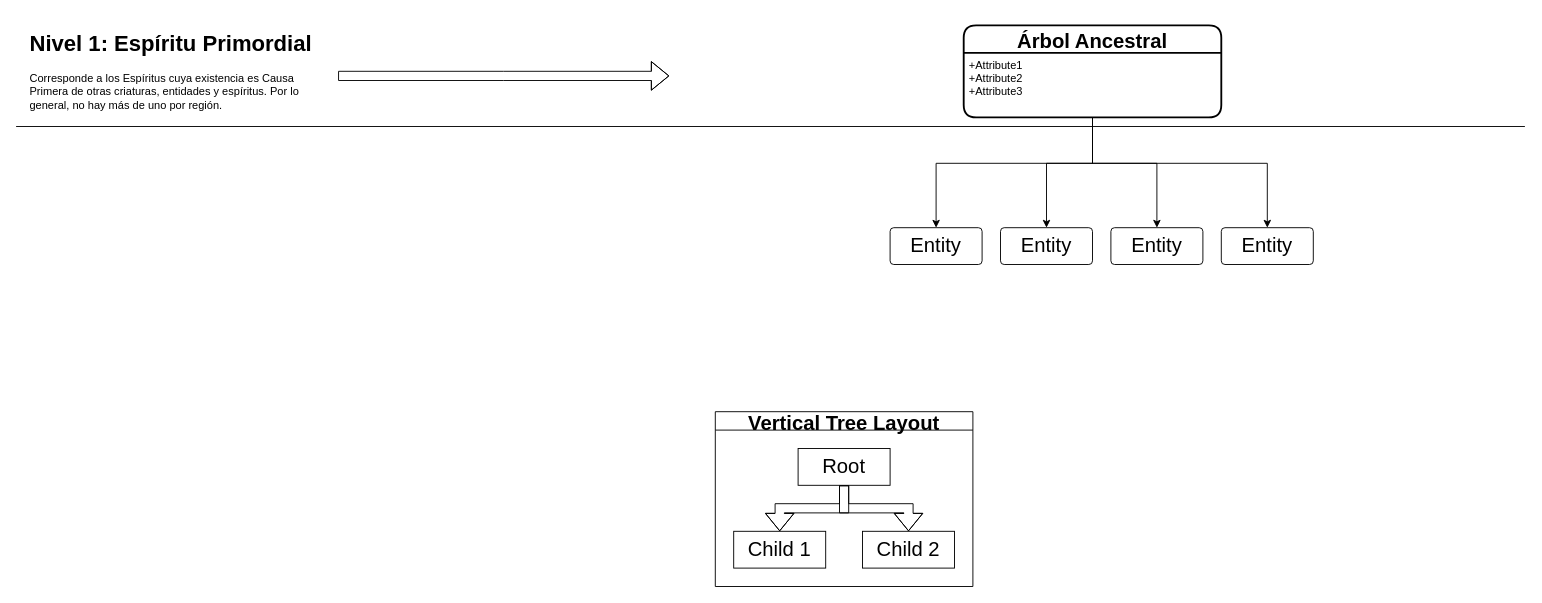
This is EspiritusEspesura.drawio from aixairupe/DiagramasRPG, a draw.io file, before an edit. Source tidied: cells renumbered, new cells numbered last; positions are measured from the earlier drawing's top-left corner, leaving out a move shared by most shapes. Both pictures are drawn from the tidied source at 92%, with x=0, y=0 at pixel (16, 25).
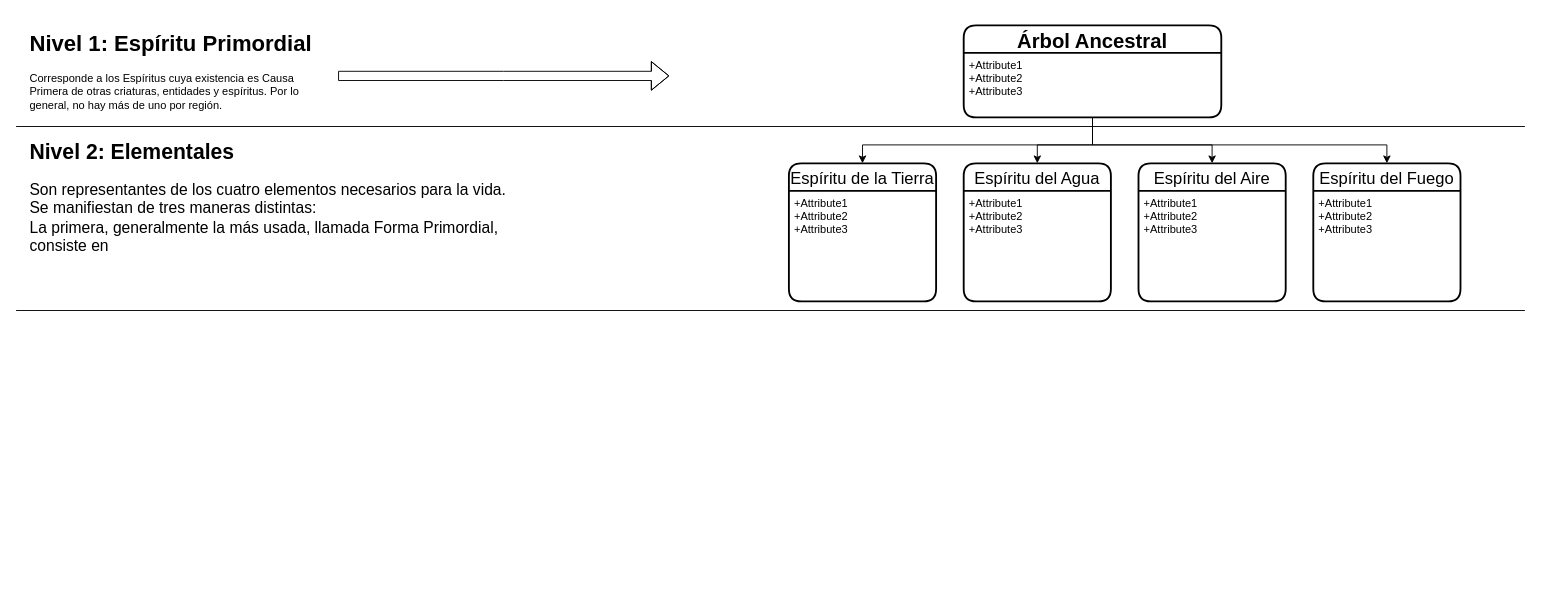
After the change.

Unchanged cells that the change refers to:
```xml
<mxCell id="7" value="+Attribute1&#10;+Attribute2&#10;+Attribute3" style="align=left;strokeColor=none;fillColor=none;spacingLeft=4;fontSize=12;verticalAlign=top;" parent="6" vertex="1">
  <mxGeometry y="30" width="280" height="70" as="geometry" />
</mxCell>
```

Change to the diagram source:
```diff
@@
-    <mxCell id="5" style="edgeStyle=none;rounded=0;jettySize=auto;html=1;entryX=0.5;entryY=0;entryDx=0;entryDy=0;fontSize=22;" parent="1" edge="1" target="8">
+    <mxCell id="5" style="edgeStyle=none;rounded=0;jettySize=auto;html=1;entryX=0.5;entryY=0;entryDx=0;entryDy=0;fontSize=22;" parent="1" edge="1" target="25">
       <mxGeometry relative="1" as="geometry">
         <mxPoint x="1170" y="100" as="sourcePoint" />
         <Array as="points">
-          <mxPoint x="1170" y="150" />
-          <mxPoint x="1120" y="150" />
+          <mxPoint x="1170" y="130" />
+          <mxPoint x="1110" y="130" />
         </Array>
       </mxGeometry>
     </mxCell>
@@
-    <mxCell id="8" value="Entity" style="rounded=1;arcSize=10;whiteSpace=wrap;html=1;align=center;fontSize=22;" parent="1" vertex="1">
-      <mxGeometry x="1070" y="220" width="100" height="40" as="geometry" />
-    </mxCell>
-    <mxCell id="9" value="Entity" style="rounded=1;arcSize=10;whiteSpace=wrap;html=1;align=center;fontSize=22;" parent="1" vertex="1">
-      <mxGeometry x="1190" y="220" width="100" height="40" as="geometry" />
-    </mxCell>
-    <mxCell id="10" value="Entity" style="rounded=1;arcSize=10;whiteSpace=wrap;html=1;align=center;fontSize=22;" parent="1" vertex="1">
-      <mxGeometry x="950" y="220" width="100" height="40" as="geometry" />
-    </mxCell>
-    <mxCell id="11" value="Entity" style="rounded=1;arcSize=10;whiteSpace=wrap;html=1;align=center;fontSize=22;" parent="1" vertex="1">
-      <mxGeometry x="1310" y="220" width="100" height="40" as="geometry" />
-    </mxCell>
-    <mxCell id="12" style="edgeStyle=none;rounded=0;jettySize=auto;html=1;entryX=0.5;entryY=0;entryDx=0;entryDy=0;fontSize=22;" parent="1" edge="1" target="9">
+    <mxCell id="12" style="edgeStyle=none;rounded=0;jettySize=auto;html=1;entryX=0.5;entryY=0;entryDx=0;entryDy=0;fontSize=22;" parent="1" edge="1" target="27">
       <mxGeometry relative="1" as="geometry">
         <mxPoint x="1170" y="100" as="sourcePoint" />
         <Array as="points">
-          <mxPoint x="1170" y="150" />
-          <mxPoint x="1240" y="150" />
+          <mxPoint x="1170" y="130" />
+          <mxPoint x="1300" y="130" />
         </Array>
       </mxGeometry>
     </mxCell>
-    <mxCell id="13" style="edgeStyle=none;rounded=0;jettySize=auto;html=1;entryX=0.5;entryY=0;entryDx=0;entryDy=0;fontSize=22;" parent="1" edge="1" target="11">
+    <mxCell id="13" style="edgeStyle=none;rounded=0;jettySize=auto;html=1;entryX=0.5;entryY=0;entryDx=0;entryDy=0;fontSize=22;" parent="1" edge="1" target="29">
       <mxGeometry relative="1" as="geometry">
         <mxPoint x="1170" y="100" as="sourcePoint" />
         <Array as="points">
-          <mxPoint x="1170" y="150" />
-          <mxPoint x="1360" y="150" />
+          <mxPoint x="1170" y="130" />
+          <mxPoint x="1490" y="130" />
         </Array>
       </mxGeometry>
     </mxCell>
-    <mxCell id="14" style="edgeStyle=none;rounded=0;jettySize=auto;html=1;entryX=0.5;entryY=0;entryDx=0;entryDy=0;fontSize=22;exitX=0.5;exitY=1;exitDx=0;exitDy=0;" parent="1" edge="1" source="7" target="10">
+    <mxCell id="14" style="edgeStyle=none;rounded=0;jettySize=auto;html=1;entryX=0.5;entryY=0;entryDx=0;entryDy=0;fontSize=22;exitX=0.5;exitY=1;exitDx=0;exitDy=0;" parent="1" edge="1" source="7" target="23">
       <mxGeometry relative="1" as="geometry">
         <Array as="points">
-          <mxPoint x="1170" y="150" />
-          <mxPoint x="1000" y="150" />
+          <mxPoint x="1170" y="130" />
+          <mxPoint x="920" y="130" />
         </Array>
       </mxGeometry>
     </mxCell>
-    <mxCell id="15" value="Vertical Tree Layout" style="swimlane;startSize=20;horizontal=1;horizontalTree=0;containerType=tree;fontSize=22;" parent="1" vertex="1">
-      <mxGeometry x="760" y="420" width="280" height="190" as="geometry" />
-    </mxCell>
-    <mxCell id="16" value="Root" style="whiteSpace=wrap;html=1;fontSize=22;" parent="15" vertex="1">
-      <mxGeometry x="90" y="40" width="100" height="40" as="geometry" />
-    </mxCell>
-    <mxCell id="17" value="Child 1" style="whiteSpace=wrap;html=1;fontSize=22;" parent="15" vertex="1">
-      <mxGeometry x="20" y="130" width="100" height="40" as="geometry" />
-    </mxCell>
-    <mxCell id="18" style="edgeStyle=elbowEdgeStyle;elbow=vertical;html=1;rounded=0;fontSize=22;shape=flexArrow;" parent="15" edge="1" source="16" target="17">
-      <mxGeometry relative="1" as="geometry" />
-    </mxCell>
-    <mxCell id="19" value="Child 2" style="whiteSpace=wrap;html=1;fontSize=22;" parent="15" vertex="1">
-      <mxGeometry x="160" y="130" width="100" height="40" as="geometry" />
-    </mxCell>
-    <mxCell id="20" style="edgeStyle=elbowEdgeStyle;elbow=vertical;html=1;rounded=0;fontSize=22;shape=flexArrow;" parent="15" edge="1" source="16" target="19">
-      <mxGeometry relative="1" as="geometry" />
-    </mxCell>
+    <mxCell id="21" style="endArrow=none;html=1;rounded=0;" parent="1" edge="1">
+      <mxGeometry relative="1" as="geometry">
+        <mxPoint y="310" as="sourcePoint" />
+        <mxPoint x="1640" y="310" as="targetPoint" />
+      </mxGeometry>
+    </mxCell>
+    <mxCell id="22" value="&lt;h1 style=&quot;font-size: 23px&quot;&gt;&lt;font style=&quot;font-size: 23px&quot;&gt;Nivel 2: Elementales&lt;br&gt;&lt;/font&gt;&lt;/h1&gt;&lt;p style=&quot;font-size: 17px&quot;&gt;&lt;font style=&quot;font-size: 17px&quot;&gt;Son representantes de los cuatro elementos necesarios para la vida. Se manifiestan de tres maneras distintas:&lt;br&gt;La primera, generalmente la más usada, llamada Forma Primordial, consiste en &lt;br&gt;&lt;/font&gt;&lt;/p&gt;" style="text;html=1;strokeColor=none;fillColor=none;spacing=5;spacingTop=-20;whiteSpace=wrap;overflow=hidden;rounded=0;fontSize=22;" parent="1" vertex="1">
+      <mxGeometry x="10" y="120" width="550" height="190" as="geometry" />
+    </mxCell>
+    <mxCell id="23" value="Espíritu de la Tierra" style="swimlane;horizontal=1;startSize=30;rounded=1;fontSize=18;fontStyle=0;strokeWidth=2;shadow=0;dashed=0;align=center;" parent="1" vertex="1">
+      <mxGeometry x="840" y="150" width="160" height="150" as="geometry" />
+    </mxCell>
+    <mxCell id="24" value="+Attribute1&#10;+Attribute2&#10;+Attribute3" style="align=left;strokeColor=none;fillColor=none;spacingLeft=4;fontSize=12;verticalAlign=top;" parent="23" vertex="1">
+      <mxGeometry y="30" width="160" height="120" as="geometry" />
+    </mxCell>
+    <mxCell id="25" value="Espíritu del Agua" style="swimlane;horizontal=1;startSize=30;rounded=1;fontSize=18;fontStyle=0;strokeWidth=2;shadow=0;dashed=0;align=center;" parent="1" vertex="1">
+      <mxGeometry x="1030" y="150" width="160" height="150" as="geometry" />
+    </mxCell>
+    <mxCell id="26" value="+Attribute1&#10;+Attribute2&#10;+Attribute3" style="align=left;strokeColor=none;fillColor=none;spacingLeft=4;fontSize=12;verticalAlign=top;" parent="25" vertex="1">
+      <mxGeometry y="30" width="160" height="120" as="geometry" />
+    </mxCell>
+    <mxCell id="27" value="Espíritu del Aire" style="swimlane;horizontal=1;startSize=30;rounded=1;fontSize=18;fontStyle=0;strokeWidth=2;shadow=0;dashed=0;align=center;" parent="1" vertex="1">
+      <mxGeometry x="1220" y="150" width="160" height="150" as="geometry" />
+    </mxCell>
+    <mxCell id="28" value="+Attribute1&#10;+Attribute2&#10;+Attribute3" style="align=left;strokeColor=none;fillColor=none;spacingLeft=4;fontSize=12;verticalAlign=top;" parent="27" vertex="1">
+      <mxGeometry y="30" width="160" height="120" as="geometry" />
+    </mxCell>
+    <mxCell id="29" value="Espíritu del Fuego" style="swimlane;horizontal=1;startSize=30;rounded=1;fontSize=18;fontStyle=0;strokeWidth=2;shadow=0;dashed=0;align=center;" parent="1" vertex="1">
+      <mxGeometry x="1410" y="150" width="160" height="150" as="geometry" />
+    </mxCell>
+    <mxCell id="30" value="+Attribute1&#10;+Attribute2&#10;+Attribute3" style="align=left;strokeColor=none;fillColor=none;spacingLeft=4;fontSize=12;verticalAlign=top;" parent="29" vertex="1">
+      <mxGeometry y="30" width="160" height="120" as="geometry" />
+    </mxCell>
```
